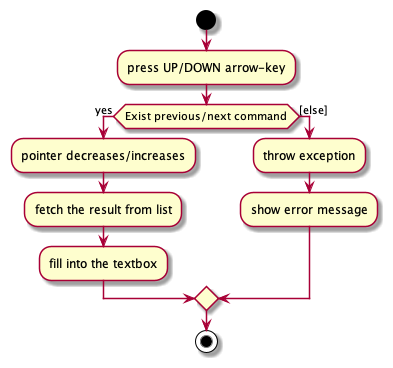
This is docs/images/HistoryActivityDiagram.png from tandeshao/tp, a PlantUML export, as it was before one commit. Source of this version:
```plantuml
@startuml

start
:press UP/DOWN arrow-key;

if (Exist previous/next command) then (yes)
  :pointer decreases/increases;
  :fetch the result from list;
  :fill into the textbox;
else ([else])
  :throw exception;
  :show error message;
endif

stop

@enduml
```
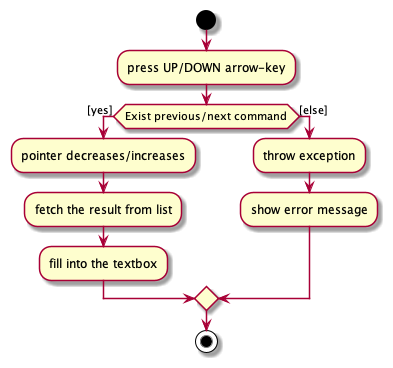
The same diagram one commit later.

What changed in the source:
```diff
@@ -3,7 +3,7 @@
 start
 :press UP/DOWN arrow-key;
 
-if (Exist previous/next command) then (yes)
+if (Exist previous/next command) then ([yes])
   :pointer decreases/increases;
   :fetch the result from list;
   :fill into the textbox;
```
